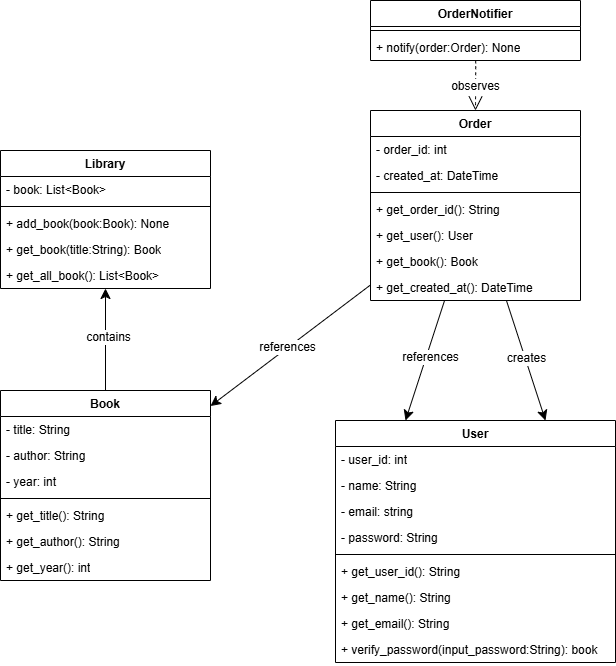
Before: library.png, a diagram exported from draw.io (nastya-prokopishena/library-refactoring). Source tidied: cells renumbered, new cells last; positions are measured from the earlier drawing's top-left corner, leaving out a move shared by most shapes.
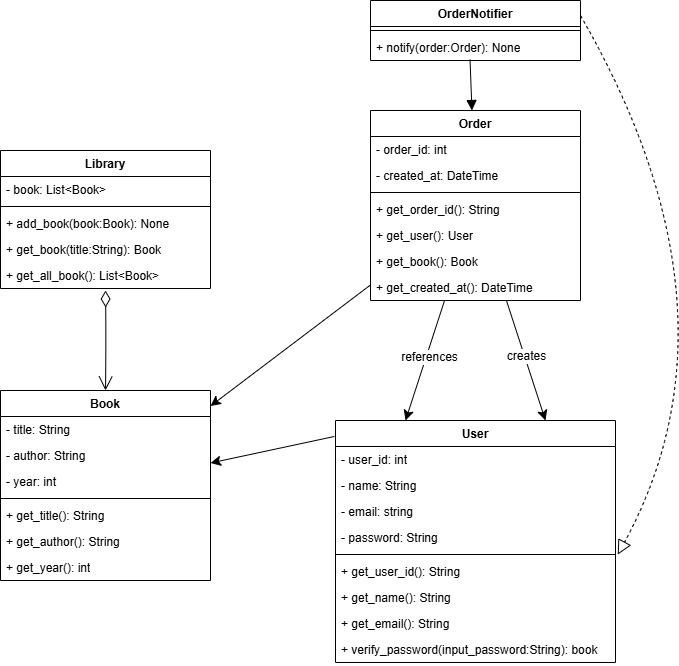
After the change.

Commit message:
added modified UML diagram

The edit, as a diff of the source:
```diff
@@ -35,9 +35,6 @@
     <mxCell id="12" style="edgeStyle=none;curved=1;rounded=0;jettySize=auto;html=1;fontSize=12;startSize=8;endSize=8;" parent="1" edge="1" source="14" target="24">
       <mxGeometry relative="1" as="geometry" />
     </mxCell>
-    <mxCell id="13" value="references" style="edgeLabel;html=1;align=center;verticalAlign=middle;fontSize=12;" parent="12" vertex="1">
-      <mxGeometry x="0.04" y="-2" relative="1" as="geometry" />
-    </mxCell>
     <mxCell id="14" value="Order" style="swimlane;fontStyle=1;align=center;verticalAlign=top;horizontal=1;startSize=26;whiteSpace=wrap;html=1;" parent="1" vertex="1">
       <mxGeometry x="370" y="110" width="210" height="190" as="geometry" />
     </mxCell>
@@ -62,12 +59,6 @@
     <mxCell id="21" value="+ get_created_at(): DateTime&amp;nbsp;&lt;div&gt;&lt;br&gt;&lt;/div&gt;" style="text;strokeColor=none;fillColor=none;align=left;verticalAlign=top;spacingLeft=4;spacingRight=4;overflow=hidden;whiteSpace=wrap;html=1;" parent="14" vertex="1">
       <mxGeometry y="164" width="210" height="26" as="geometry" />
     </mxCell>
-    <mxCell id="22" style="edgeStyle=none;curved=1;rounded=0;jettySize=auto;html=1;fontSize=12;startSize=8;endSize=8;" parent="1" edge="1" source="24" target="7">
-      <mxGeometry relative="1" as="geometry" />
-    </mxCell>
-    <mxCell id="23" value="contains" style="edgeLabel;html=1;align=center;verticalAlign=middle;fontSize=12;" parent="22" vertex="1">
-      <mxGeometry x="0.07" y="-2" relative="1" as="geometry" />
-    </mxCell>
     <mxCell id="24" value="Book" style="swimlane;fontStyle=1;align=center;verticalAlign=top;horizontal=1;startSize=26;whiteSpace=wrap;html=1;" parent="1" vertex="1">
       <mxGeometry y="390" width="210" height="190" as="geometry" />
     </mxCell>
@@ -131,8 +122,23 @@
     <mxCell id="44" value="+ notify(order:Order): None&lt;div&gt;&lt;div&gt;&lt;br&gt;&lt;/div&gt;&lt;/div&gt;" style="text;strokeColor=none;fillColor=none;align=left;verticalAlign=top;spacingLeft=4;spacingRight=4;overflow=hidden;points=[[0,0.5],[1,0.5]];portConstraint=eastwest;whiteSpace=wrap;html=1;" parent="42" vertex="1">
       <mxGeometry y="34" width="210" height="26" as="geometry" />
     </mxCell>
+    <mxCell id="46" style="endArrow=open;html=1;endSize=12;startArrow=diamondThin;startSize=14;startFill=0;edgeStyle=orthogonalEdgeStyle;align=left;verticalAlign=bottom;rounded=0;fontSize=12;curved=1;" parent="1" edge="1" target="24">
+      <mxGeometry x="-1" y="3" relative="1" as="geometry">
+        <mxPoint x="105" y="290" as="sourcePoint" />
+      </mxGeometry>
+    </mxCell>
-    <mxCell id="45" value="observes" style="endArrow=open;endSize=12;dashed=1;html=1;rounded=0;fontSize=12;curved=1;exitX=0.501;exitY=0.996;exitDx=0;exitDy=0;exitPerimeter=0;entryX=0.5;entryY=0;entryDx=0;entryDy=0;" parent="1" edge="1" source="44" target="14">
+    <mxCell id="45" style="html=1;verticalAlign=bottom;endArrow=block;curved=0;rounded=0;fontSize=12;startSize=8;endSize=8;exitX=0.474;exitY=0.966;exitDx=0;exitDy=0;exitPerimeter=0;" parent="1" edge="1" source="44" target="14">
       <mxGeometry relative="1" as="geometry" />
     </mxCell>
+    <mxCell id="47" style="edgeStyle=none;curved=1;rounded=0;jettySize=auto;html=1;fontSize=12;startSize=8;endSize=8;exitX=-0.004;exitY=0.066;exitDx=0;exitDy=0;exitPerimeter=0;" parent="1" edge="1" source="32" target="24">
+      <mxGeometry relative="1" as="geometry" />
+    </mxCell>
+    <mxCell id="48" style="endArrow=block;dashed=1;endFill=0;endSize=12;html=1;rounded=0;fontSize=12;curved=1;exitX=1;exitY=0.25;exitDx=0;exitDy=0;entryX=1.008;entryY=1.158;entryDx=0;entryDy=0;entryPerimeter=0;" parent="1" edge="1" source="42" target="36">
+      <mxGeometry relative="1" as="geometry">
+        <Array as="points">
+          <mxPoint x="750" y="310" />
+        </Array>
+      </mxGeometry>
+    </mxCell>
   </root>
 </mxGraphModel>
```
